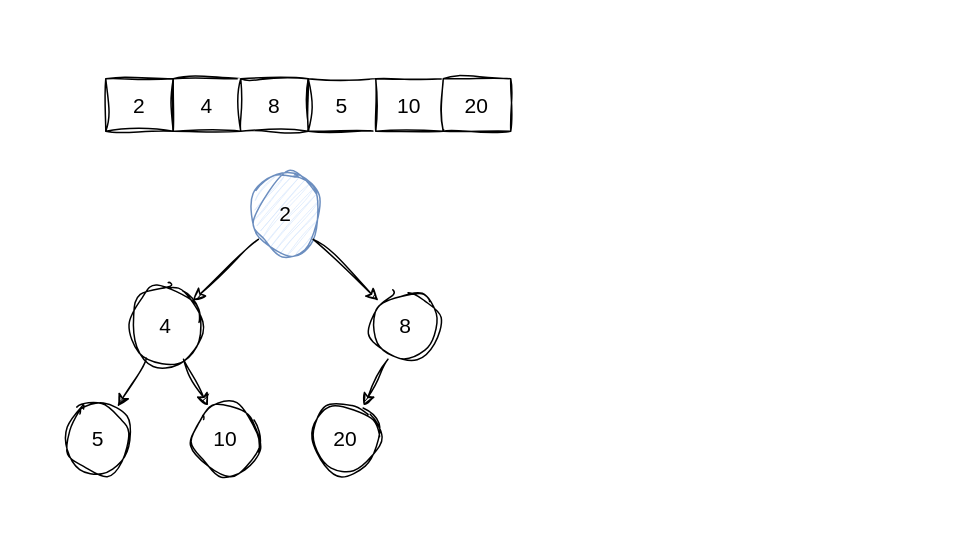
This is docs/diagrams/heap-array-tree.drawio from ospatil/dsapy, a draw.io file, before an edit. Source tidied: cells renumbered, new cells numbered last; positions are measured from the earlier drawing's top-left corner, leaving out a move shared by most shapes. Both pictures are drawn from the tidied source at 150%, with x=0, y=0 at pixel (60, 78).
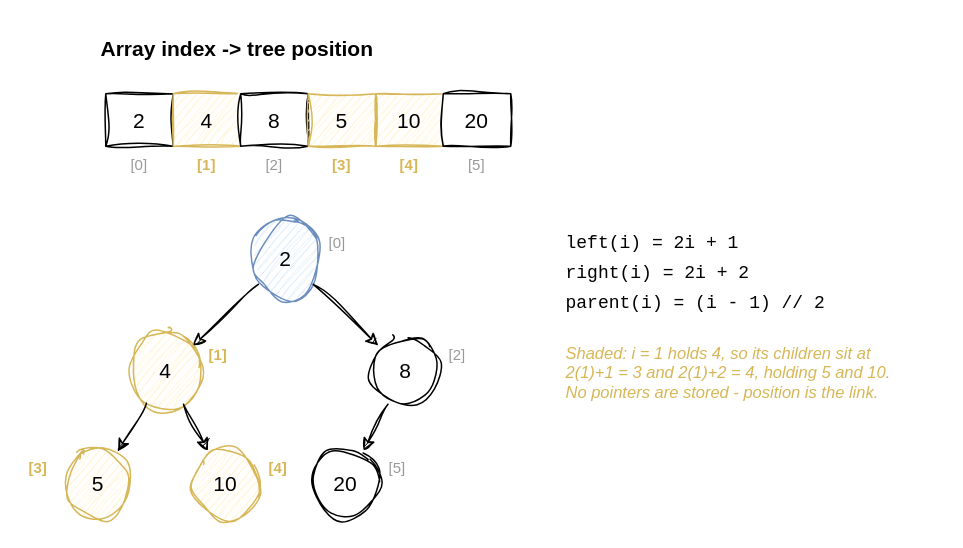
The same page after the edit.

What changed in the source:
```diff
@@
+    <mxCell id="19" value="Array index -&gt; tree position" style="text;whiteSpace=wrap;sketch=0;fontSize=14;fontStyle=1;align=left;" parent="1" vertex="1">
+      <mxGeometry x="25" y="-35" width="300" height="22" as="geometry" />
+    </mxCell>
+    <mxCell id="13" value="2" style="rounded=0;whiteSpace=wrap;sketch=1;hachureGap=4;jiggle=2;fontSize=14;" parent="1" vertex="1">
+      <mxGeometry x="30" y="10" width="45" height="35" as="geometry" />
+    </mxCell>
+    <mxCell id="14" value="4" style="rounded=0;whiteSpace=wrap;sketch=1;hachureGap=4;jiggle=2;fontSize=14;fillColor=#fff2cc;strokeColor=#d6b656;" parent="1" vertex="1">
+      <mxGeometry x="75" y="10" width="45" height="35" as="geometry" />
+    </mxCell>
+    <mxCell id="15" value="8" style="rounded=0;whiteSpace=wrap;sketch=1;hachureGap=4;jiggle=2;fontSize=14;" parent="1" vertex="1">
+      <mxGeometry x="120" y="10" width="45" height="35" as="geometry" />
+    </mxCell>
+    <mxCell id="16" value="5" style="rounded=0;whiteSpace=wrap;sketch=1;hachureGap=4;jiggle=2;fontSize=14;fillColor=#fff2cc;strokeColor=#d6b656;" parent="1" vertex="1">
+      <mxGeometry x="165" y="10" width="45" height="35" as="geometry" />
+    </mxCell>
+    <mxCell id="17" value="10" style="rounded=0;whiteSpace=wrap;sketch=1;hachureGap=4;jiggle=2;fontSize=14;fillColor=#fff2cc;strokeColor=#d6b656;" parent="1" vertex="1">
+      <mxGeometry x="210" y="10" width="45" height="35" as="geometry" />
+    </mxCell>
+    <mxCell id="18" value="20" style="rounded=0;whiteSpace=wrap;sketch=1;hachureGap=4;jiggle=2;fontSize=14;" parent="1" vertex="1">
+      <mxGeometry x="255" y="10" width="45" height="35" as="geometry" />
+    </mxCell>
+    <mxCell id="20" value="[0]" style="text;fontSize=10;sketch=0;fontColor=#999;align=center;" parent="1" vertex="1">
+      <mxGeometry x="30" y="45" width="45" height="14" as="geometry" />
+    </mxCell>
+    <mxCell id="21" value="[1]" style="text;fontSize=10;sketch=0;fontColor=#d6b656;align=center;fontStyle=1;" parent="1" vertex="1">
+      <mxGeometry x="75" y="45" width="45" height="14" as="geometry" />
+    </mxCell>
+    <mxCell id="22" value="[2]" style="text;fontSize=10;sketch=0;fontColor=#999;align=center;" parent="1" vertex="1">
+      <mxGeometry x="120" y="45" width="45" height="14" as="geometry" />
+    </mxCell>
+    <mxCell id="23" value="[3]" style="text;fontSize=10;sketch=0;fontColor=#d6b656;align=center;fontStyle=1;" parent="1" vertex="1">
+      <mxGeometry x="165" y="45" width="45" height="14" as="geometry" />
+    </mxCell>
+    <mxCell id="24" value="[4]" style="text;fontSize=10;sketch=0;fontColor=#d6b656;align=center;fontStyle=1;" parent="1" vertex="1">
+      <mxGeometry x="210" y="45" width="45" height="14" as="geometry" />
+    </mxCell>
+    <mxCell id="25" value="[5]" style="text;fontSize=10;sketch=0;fontColor=#999;align=center;" parent="1" vertex="1">
+      <mxGeometry x="255" y="45" width="45" height="14" as="geometry" />
+    </mxCell>
     <mxCell id="2" value="2" style="ellipse;whiteSpace=wrap;sketch=1;hachureGap=4;jiggle=2;fontSize=14;fillColor=#dae8fc;strokeColor=#6c8ebf;" parent="1" vertex="1">
-      <mxGeometry x="125" y="65" width="50" height="50" as="geometry" />
+      <mxGeometry x="125" y="95" width="50" height="50" as="geometry" />
     </mxCell>
-    <mxCell id="3" value="4" style="ellipse;whiteSpace=wrap;sketch=1;hachureGap=4;jiggle=2;fontSize=14;" parent="1" vertex="1">
-      <mxGeometry x="45" y="140" width="50" height="50" as="geometry" />
+    <mxCell id="3" value="4" style="ellipse;whiteSpace=wrap;sketch=1;hachureGap=4;jiggle=2;fontSize=14;fillColor=#fff2cc;strokeColor=#d6b656;" parent="1" vertex="1">
+      <mxGeometry x="45" y="170" width="50" height="50" as="geometry" />
     </mxCell>
     <mxCell id="4" value="8" style="ellipse;whiteSpace=wrap;sketch=1;hachureGap=4;jiggle=2;fontSize=14;" parent="1" vertex="1">
-      <mxGeometry x="205" y="140" width="50" height="50" as="geometry" />
+      <mxGeometry x="205" y="170" width="50" height="50" as="geometry" />
     </mxCell>
-    <mxCell id="5" value="5" style="ellipse;whiteSpace=wrap;sketch=1;hachureGap=4;jiggle=2;fontSize=14;" parent="1" vertex="1">
-      <mxGeometry y="215" width="50" height="50" as="geometry" />
+    <mxCell id="5" value="5" style="ellipse;whiteSpace=wrap;sketch=1;hachureGap=4;jiggle=2;fontSize=14;fillColor=#fff2cc;strokeColor=#d6b656;" parent="1" vertex="1">
+      <mxGeometry y="245" width="50" height="50" as="geometry" />
     </mxCell>
-    <mxCell id="6" value="10" style="ellipse;whiteSpace=wrap;sketch=1;hachureGap=4;jiggle=2;fontSize=14;" parent="1" vertex="1">
-      <mxGeometry x="85" y="215" width="50" height="50" as="geometry" />
+    <mxCell id="6" value="10" style="ellipse;whiteSpace=wrap;sketch=1;hachureGap=4;jiggle=2;fontSize=14;fillColor=#fff2cc;strokeColor=#d6b656;" parent="1" vertex="1">
+      <mxGeometry x="85" y="245" width="50" height="50" as="geometry" />
     </mxCell>
     <mxCell id="7" value="20" style="ellipse;whiteSpace=wrap;sketch=1;hachureGap=4;jiggle=2;fontSize=14;" parent="1" vertex="1">
-      <mxGeometry x="165" y="215" width="50" height="50" as="geometry" />
+      <mxGeometry x="165" y="245" width="50" height="50" as="geometry" />
     </mxCell>
+    <mxCell id="26" value="[0]" style="text;fontSize=10;sketch=0;fontColor=#999;align=left;" parent="1" vertex="1">
+      <mxGeometry x="177" y="97" width="26" height="14" as="geometry" />
+    </mxCell>
+    <mxCell id="27" value="[1]" style="text;fontSize=10;sketch=0;fontColor=#d6b656;align=left;fontStyle=1;" parent="1" vertex="1">
+      <mxGeometry x="97" y="172" width="26" height="14" as="geometry" />
+    </mxCell>
+    <mxCell id="28" value="[2]" style="text;fontSize=10;sketch=0;fontColor=#999;align=left;" parent="1" vertex="1">
+      <mxGeometry x="257" y="172" width="26" height="14" as="geometry" />
+    </mxCell>
+    <mxCell id="29" value="[3]" style="text;fontSize=10;sketch=0;fontColor=#d6b656;align=left;fontStyle=1;" parent="1" vertex="1">
+      <mxGeometry x="-23" y="247" width="26" height="14" as="geometry" />
+    </mxCell>
+    <mxCell id="30" value="[4]" style="text;fontSize=10;sketch=0;fontColor=#d6b656;align=left;fontStyle=1;" parent="1" vertex="1">
+      <mxGeometry x="137" y="247" width="26" height="14" as="geometry" />
+    </mxCell>
+    <mxCell id="31" value="[5]" style="text;fontSize=10;sketch=0;fontColor=#999;align=left;" parent="1" vertex="1">
+      <mxGeometry x="217" y="247" width="26" height="14" as="geometry" />
+    </mxCell>
@@
-    <mxCell id="13" value="2" style="rounded=0;whiteSpace=wrap;sketch=1;hachureGap=4;jiggle=2;fontSize=14;" parent="1" vertex="1">
-      <mxGeometry x="30" width="45" height="35" as="geometry" />
-    </mxCell>
-    <mxCell id="14" value="4" style="rounded=0;whiteSpace=wrap;sketch=1;hachureGap=4;jiggle=2;fontSize=14;" parent="1" vertex="1">
-      <mxGeometry x="75" width="45" height="35" as="geometry" />
-    </mxCell>
-    <mxCell id="15" value="8" style="rounded=0;whiteSpace=wrap;sketch=1;hachureGap=4;jiggle=2;fontSize=14;" parent="1" vertex="1">
-      <mxGeometry x="120" width="45" height="35" as="geometry" />
-    </mxCell>
-    <mxCell id="16" value="5" style="rounded=0;whiteSpace=wrap;sketch=1;hachureGap=4;jiggle=2;fontSize=14;" parent="1" vertex="1">
-      <mxGeometry x="165" width="45" height="35" as="geometry" />
-    </mxCell>
-    <mxCell id="17" value="10" style="rounded=0;whiteSpace=wrap;sketch=1;hachureGap=4;jiggle=2;fontSize=14;" parent="1" vertex="1">
-      <mxGeometry x="210" width="45" height="35" as="geometry" />
-    </mxCell>
-    <mxCell id="18" value="20" style="rounded=0;whiteSpace=wrap;sketch=1;hachureGap=4;jiggle=2;fontSize=14;" parent="1" vertex="1">
-      <mxGeometry x="255" width="45" height="35" as="geometry" />
-    </mxCell>
+    <mxCell id="32" value="left(i)   = 2i + 1" style="text;fontSize=12;sketch=0;align=left;fontFamily=Courier New;" parent="1" vertex="1">
+      <mxGeometry x="335" y="95" width="170" height="16" as="geometry" />
+    </mxCell>
+    <mxCell id="33" value="right(i)  = 2i + 2" style="text;fontSize=12;sketch=0;align=left;fontFamily=Courier New;" parent="1" vertex="1">
+      <mxGeometry x="335" y="115" width="170" height="16" as="geometry" />
+    </mxCell>
+    <mxCell id="34" value="parent(i) = (i - 1) // 2" style="text;fontSize=12;sketch=0;align=left;fontFamily=Courier New;" parent="1" vertex="1">
+      <mxGeometry x="335" y="135" width="190" height="16" as="geometry" />
+    </mxCell>
+    <mxCell id="35" value="Shaded: i = 1 holds 4, so its children sit at&#10;2(1)+1 = 3 and 2(1)+2 = 4, holding 5 and 10.&#10;No pointers are stored - position is the link." style="text;whiteSpace=wrap;fontSize=11;sketch=0;fontColor=#d6b656;fontStyle=2;align=left;" parent="1" vertex="1">
+      <mxGeometry x="335" y="170" width="250" height="60" as="geometry" />
+    </mxCell>
```
